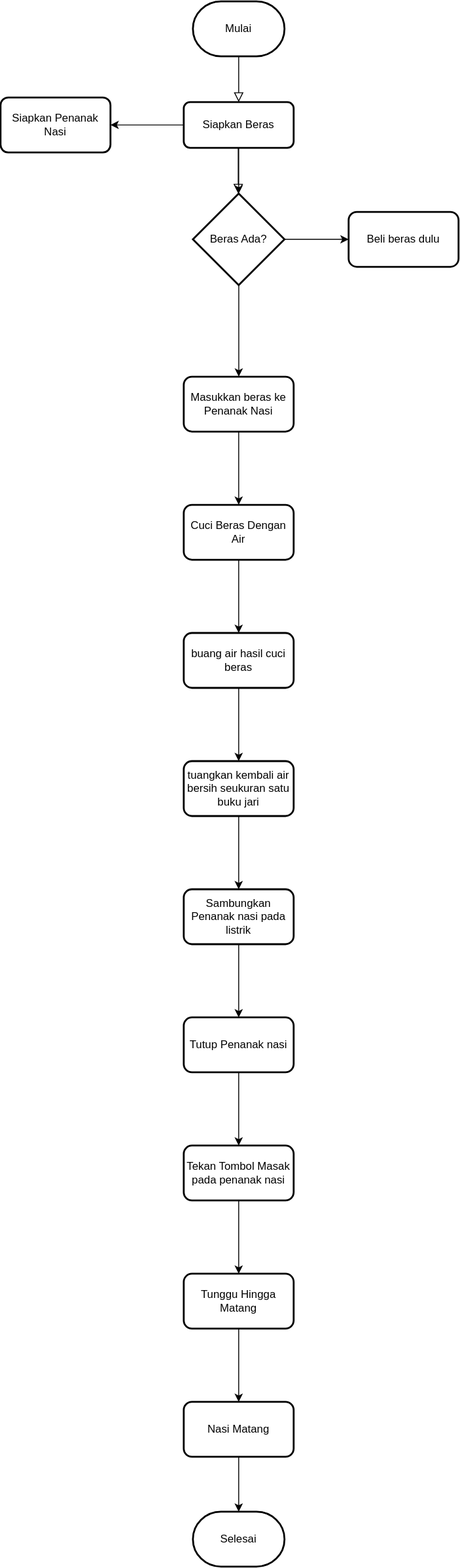
Earlier version of the draw.io export Algoritma Memasak Nasi.drawio.svg (AdamMunawar/HelloInformatics). Source tidied: cells renumbered, new cells last; positions are measured from the earlier drawing's top-left corner, leaving out a move shared by most shapes.
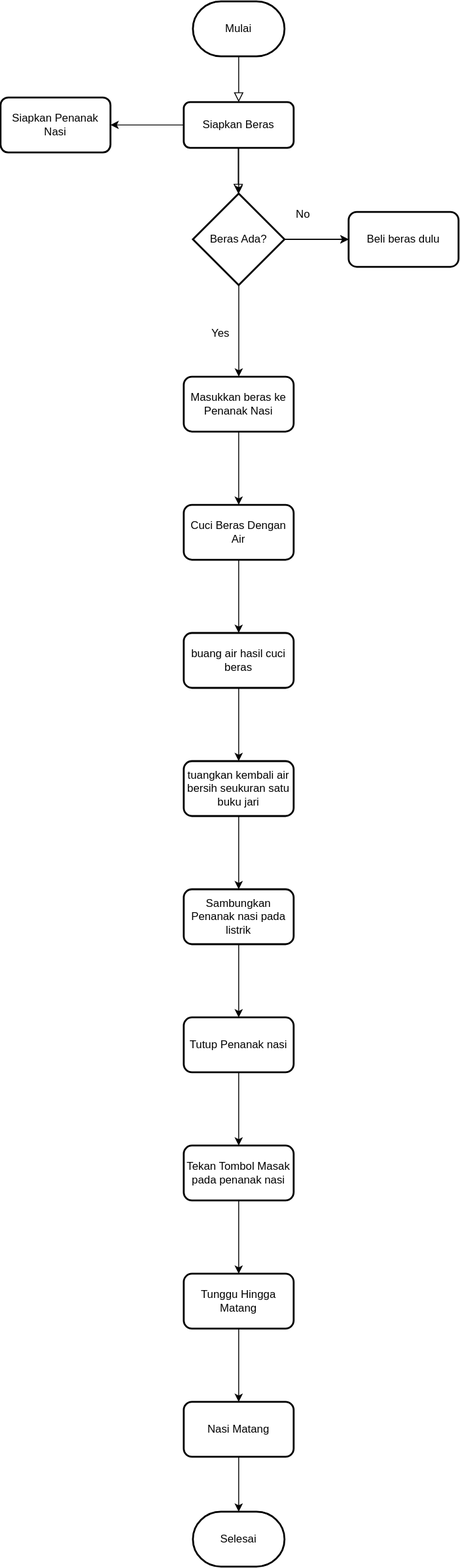
Above is the later version.

The edit, as a diff of the source:
```diff
@@ -37,6 +37,9 @@
         </Array>
       </mxGeometry>
     </mxCell>
+    <mxCell id="32" style="edgeStyle=orthogonalEdgeStyle;rounded=1;jettySize=auto;html=1;" parent="1" edge="1" source="10" target="11">
+      <mxGeometry relative="1" as="geometry" />
+    </mxCell>
     <mxCell id="10" value="Beras Ada?" style="strokeWidth=2;html=1;shape=mxgraph.flowchart.decision;whiteSpace=wrap;rounded=1;" parent="1" vertex="1">
       <mxGeometry x="210" y="210" width="100" height="100" as="geometry" />
     </mxCell>
@@ -103,5 +106,11 @@
     <mxCell id="31" value="Selesai" style="strokeWidth=2;html=1;shape=mxgraph.flowchart.terminator;whiteSpace=wrap;rounded=1;" parent="1" vertex="1">
       <mxGeometry x="210" y="1650" width="100" height="60" as="geometry" />
     </mxCell>
+    <mxCell id="33" value="No" style="text;html=1;align=center;verticalAlign=middle;strokeColor=none;fillColor=none;" parent="1" vertex="1">
+      <mxGeometry x="310" y="218" width="40" height="30" as="geometry" />
+    </mxCell>
+    <mxCell id="34" value="Yes" style="text;html=1;align=center;verticalAlign=middle;strokeColor=none;fillColor=none;" parent="1" vertex="1">
+      <mxGeometry x="220" y="348" width="40" height="30" as="geometry" />
+    </mxCell>
   </root>
 </mxGraphModel>
```
